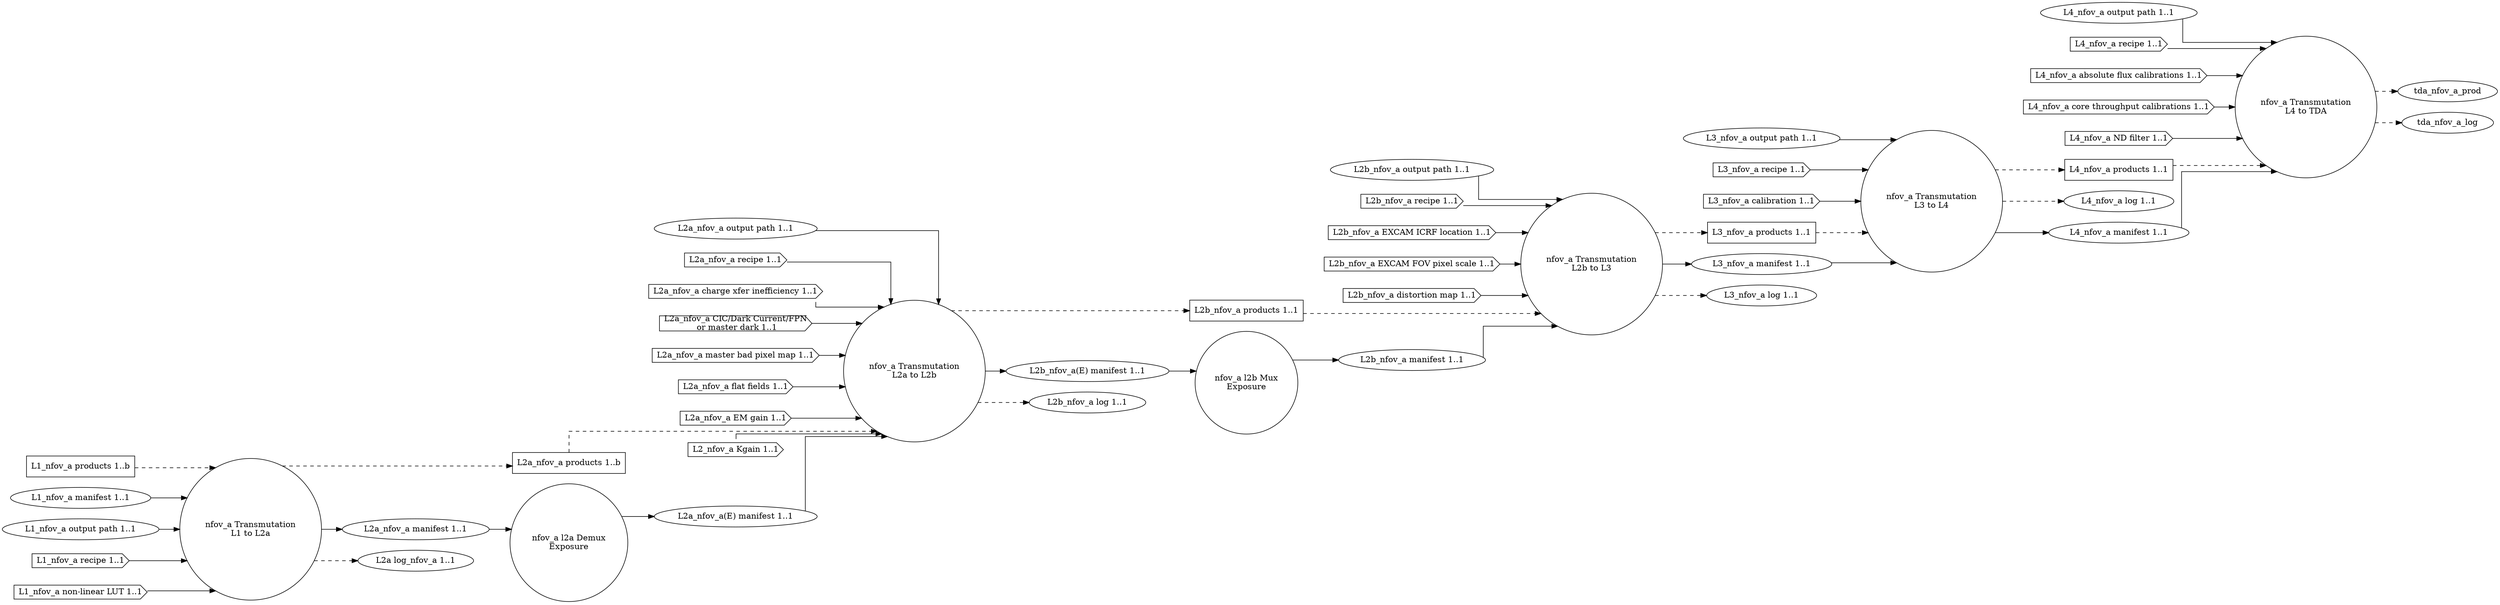
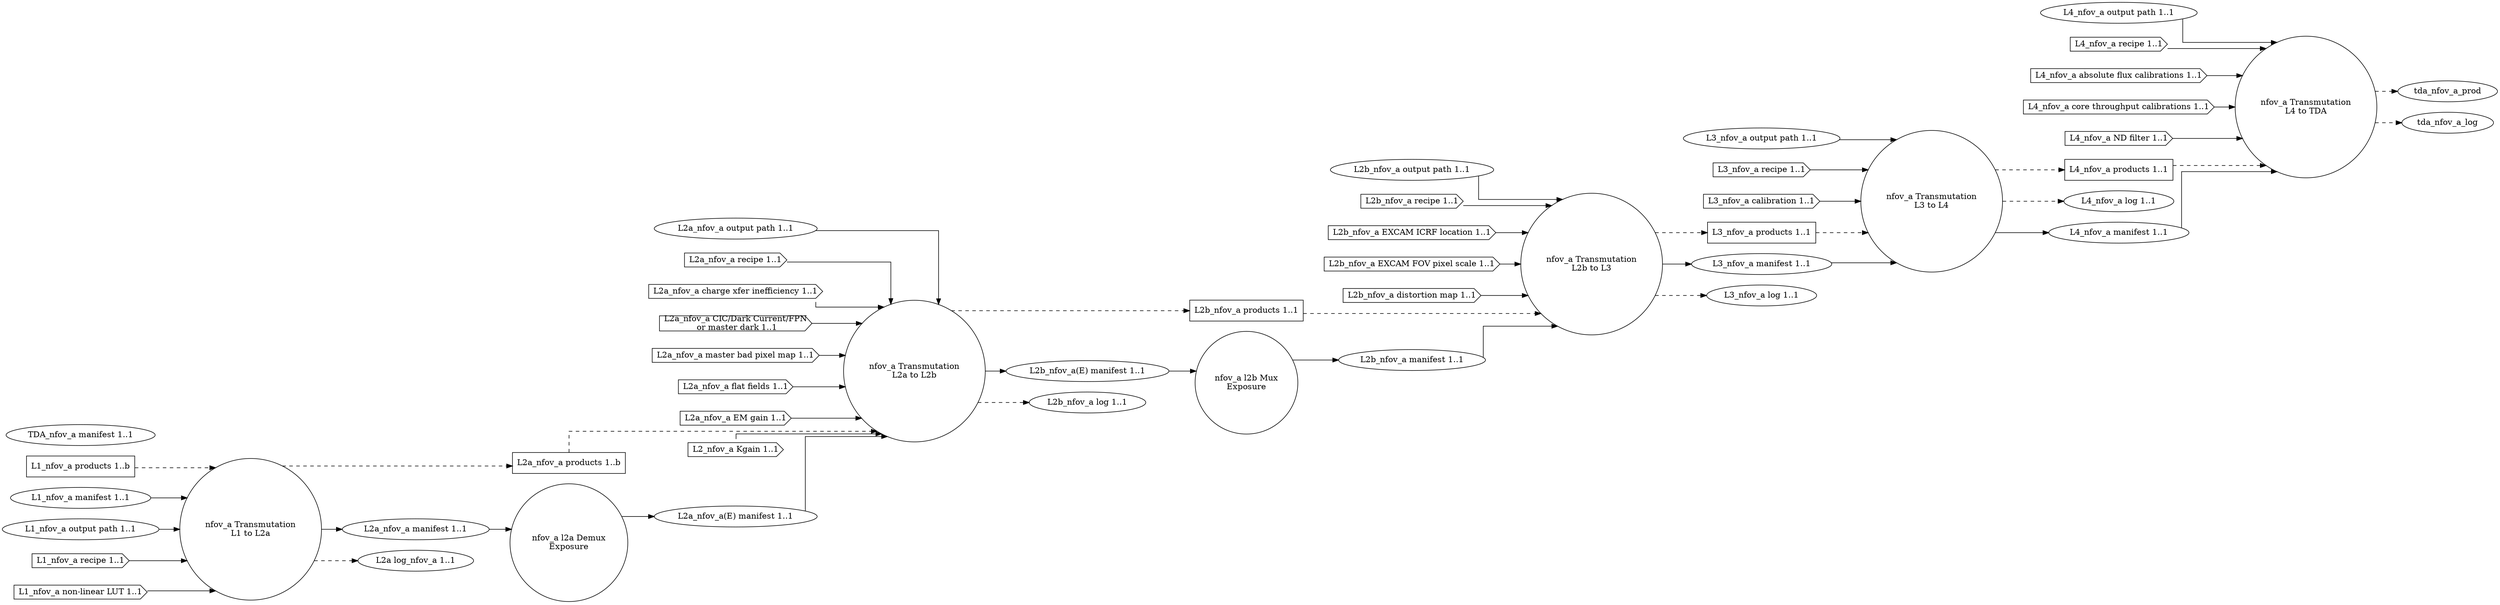
digraph NarrowFieldOfViewAnalog {
graph [splines="ortho", rankdir=LR];
trans_nfov_a_l1_l2a [label="nfov_a Transmutation\nL1 to L2a", shape="circle", runname="l1.transmutation_nfov_a", runtype="dawgie.Algorithm", fsmtype="dip.base.Runner"];
l2a_nfov_a_demux [label="nfov_a l2a Demux\nExposure", shape="circle", runname="l2a.demux_nfov_a", runtype="dawgie.Algorithm", fsmtype="dip.clerk.impls.demux.FSM"];
trans_nfov_a_l2a_l2b [label="nfov_a Transmutation\nL2a to L2b", shape="circle", runname="l2a.transmutation_nfov_a", runtype="dawgie.Algorithm", fsmtype="dip.base.Runner"];
l2b_nfov_a_mux [label="nfov_a l2b Mux\nExposure", shape="circle", runname="l2b.mux_nfov_a", runtype="dawgie.Analyzer", fsmtype="dip.clerk.impls.mux.FSM"];
trans_nfov_a_l2b_l3 [label="nfov_a Transmutation\nL2b to L3", shape="circle", runname="l2b.transmutation_nfov_a", runtype="dawgie.Algorithm", fsmtype="dip.base.Runner"];
trans_nfov_a_l3_l4 [label="nfov_a Transmutation\nL3 to L4", shape="circle", runname="l3.transmutation_nfov_a", runtype="dawgie.Algorithm", fsmtype="dip.base.Runner"];
trans_nfov_a_l4_tda [label="nfov_a Transmutation\nL4 to TDA", shape="circle", runname="l4.transmutation_nfov_a", runtype="dawgie.Algorithm", fsmtype="dip.base.Runner"];
l1_nfov_a_prod [label="L1_nfov_a products 1..b", shape="rectangle"];
l1_nfov_a_man [label="L1_nfov_a manifest 1..1", shape="ellipse"];
l1_nfov_a_odir [label="L1_nfov_a output path 1..1", shape="ellipse"];
l1_nfov_a_rec [label="L1_nfov_a recipe 1..1", shape="cds"];
l1_nfov_a_nllut [label="L1_nfov_a non-linear LUT 1..1", shape="cds"];
l2a_nfov_a_prod [label="L2a_nfov_a products 1..b", shape="rectangle"];
l2a_nfov_a_man [label="L2a_nfov_a manifest 1..1", shape="ellipse", valname="l1.transmutation_nfov_a.product.manifest", valtype="dip.base.Manifest"];
l2a_nfov_a_odir [label="L2a_nfov_a output path 1..1", shape="ellipse"];
l2a_nfov_a_rec [label="L2a_nfov_a recipe 1..1", shape="cds"];
l2a_nfov_a_cti [label="L2a_nfov_a charge xfer inefficiency 1..1", shape="cds"];
l2a_nfov_a_dnb [label="L2a_nfov_a CIC/Dark Current/FPN\n or master dark 1..1", shape="cds"];
l2a_nfov_a_mbpm [label="L2a_nfov_a master bad pixel map 1..1", shape="cds"];
l2a_nfov_a_ff [label="L2a_nfov_a flat fields 1..1", shape="cds"];
l2a_nfov_a_emg [label="L2a_nfov_a EM gain 1..1", shape="cds"];
l2a_nfov_a_kgain [label="L2_nfov_a Kgain 1..1", shape="cds"];
l2a_nfov_a_log [label="L2a log_nfov_a 1..1", shape="ellipse"];
l2a_nfov_a_man_demux [label="L2a_nfov_a(E) manifest 1..1", shape="ellipse", valname="l2a.demux_nfov_a.product.manifest", valtype="dip.base.Manifest"];
l2b_nfov_a_prod [label="L2b_nfov_a products 1..1", shape="rectangle"];
l2b_nfov_a_man [label="L2b_nfov_a manifest 1..1", shape="ellipse", valname="l2b.mux_nfov_a.product.manifest", valtype="dip.base.Manifest"];
l2b_nfov_a_odir [label="L2b_nfov_a output path 1..1", shape="ellipse"];
l2b_nfov_a_rec [label="L2b_nfov_a recipe 1..1", shape="cds"];
l2b_nfov_a_excicrf [label="L2b_nfov_a EXCAM ICRF location 1..1", shape="cds"];
l2b_nfov_a_excfovps [label="L2b_nfov_a EXCAM FOV pixel scale 1..1", shape="cds"];
l2b_nfov_a_distm [label="L2b_nfov_a distortion map 1..1", shape="cds"];
l2b_nfov_a_man_demux [label="L2b_nfov_a(E) manifest 1..1", shape="ellipse", valname="l2a.transmutation_nfov_a.product.manifest", valtype="dip.base.Manifest"];
l2b_nfov_a_log [label="L2b_nfov_a log 1..1", shape="ellipse"];
l3_nfov_a_prod [label="L3_nfov_a products 1..1", shape="rectangle"];
l3_nfov_a_odir [label="L3_nfov_a output path 1..1", shape="ellipse"];
l3_nfov_a_man [label="L3_nfov_a manifest 1..1", shape="ellipse", valname="l2b.transmutation_nfov_a.product.manifest", valtype="dip.base.Manifest"];
l3_nfov_a_rec [label="L3_nfov_a recipe 1..1", shape="cds"];
l3_nfov_a_cal [label="L3_nfov_a calibration 1..1", shape="cds"];
l3_nfov_a_log [label="L3_nfov_a log 1..1", shape="ellipse"];
l4_nfov_a_prod [label="L4_nfov_a products 1..1", shape="rectangle"];
l4_nfov_a_odir [label="L4_nfov_a output path 1..1", shape="ellipse"];
l4_nfov_a_log [label="L4_nfov_a log 1..1", shape="ellipse"];
l4_nfov_a_man [label="L4_nfov_a manifest 1..1", shape="ellipse", valname="l3.transmutation_nfov_a.product.manifest", valtype="dip.base.Manifest"];
l4_nfov_a_rec [label="L4_nfov_a recipe 1..1", shape="cds"];
l4_nfov_a_afcal [label="L4_nfov_a absolute flux calibrations 1..1", shape="cds"];
l4_nfov_a_ctcal [label="L4_nfov_a core throughput calibrations 1..1", shape="cds"];
l4_nfov_a_ndfilt [label="L4_nfov_a ND filter 1..1", shape="cds"];
+ tda_nfov_a_man [label="TDA_nfov_a manifest 1..1", shape="ellipse", valname="l4.transmutation_nfov_a.product.manifest", valtype="dip.base.Manifest"];
l1_nfov_a_prod -> trans_nfov_a_l1_l2a [style="dashed"];
l1_nfov_a_man -> trans_nfov_a_l1_l2a;
l1_nfov_a_odir -> trans_nfov_a_l1_l2a;
l1_nfov_a_rec -> trans_nfov_a_l1_l2a;
l1_nfov_a_nllut -> trans_nfov_a_l1_l2a;
trans_nfov_a_l1_l2a -> l2a_nfov_a_prod [style="dashed"];
trans_nfov_a_l1_l2a -> l2a_nfov_a_man;
trans_nfov_a_l1_l2a -> l2a_nfov_a_log [style="dashed"];
l2a_nfov_a_prod -> trans_nfov_a_l2a_l2b [style="dashed"];
l2a_nfov_a_kgain -> trans_nfov_a_l2a_l2b;
l2a_nfov_a_odir -> trans_nfov_a_l2a_l2b;
l2a_nfov_a_rec -> trans_nfov_a_l2a_l2b;
l2a_nfov_a_cti -> trans_nfov_a_l2a_l2b;
l2a_nfov_a_dnb -> trans_nfov_a_l2a_l2b;
l2a_nfov_a_mbpm -> trans_nfov_a_l2a_l2b;
l2a_nfov_a_ff -> trans_nfov_a_l2a_l2b;
l2a_nfov_a_emg -> trans_nfov_a_l2a_l2b;
trans_nfov_a_l2a_l2b -> l2b_nfov_a_prod [style="dashed"];
trans_nfov_a_l2a_l2b -> l2b_nfov_a_man_demux;
trans_nfov_a_l2a_l2b -> l2b_nfov_a_log [style="dashed"];
l2a_nfov_a_man -> l2a_nfov_a_demux;
l2a_nfov_a_demux -> l2a_nfov_a_man_demux;
l2a_nfov_a_man_demux -> trans_nfov_a_l2a_l2b;
l2b_nfov_a_man_demux -> l2b_nfov_a_mux;
l2b_nfov_a_mux -> l2b_nfov_a_man;
l2b_nfov_a_prod -> trans_nfov_a_l2b_l3 [style="dashed"];
l2b_nfov_a_man -> trans_nfov_a_l2b_l3;
l2b_nfov_a_odir -> trans_nfov_a_l2b_l3;
l2b_nfov_a_rec -> trans_nfov_a_l2b_l3;
l2b_nfov_a_excicrf -> trans_nfov_a_l2b_l3;
l2b_nfov_a_excfovps -> trans_nfov_a_l2b_l3;
l2b_nfov_a_distm -> trans_nfov_a_l2b_l3;
trans_nfov_a_l2b_l3 -> l3_nfov_a_prod [style="dashed"];
trans_nfov_a_l2b_l3 -> l3_nfov_a_man;
trans_nfov_a_l2b_l3 -> l3_nfov_a_log [style="dashed"];
l3_nfov_a_prod -> trans_nfov_a_l3_l4 [style="dashed"];
l3_nfov_a_man -> trans_nfov_a_l3_l4;
l3_nfov_a_odir -> trans_nfov_a_l3_l4;
l3_nfov_a_rec -> trans_nfov_a_l3_l4;
l3_nfov_a_cal -> trans_nfov_a_l3_l4;
trans_nfov_a_l3_l4 -> l4_nfov_a_prod [style="dashed"];
trans_nfov_a_l3_l4 -> l4_nfov_a_log [style="dashed"];
trans_nfov_a_l3_l4 -> l4_nfov_a_man;
l4_nfov_a_prod -> trans_nfov_a_l4_tda [style="dashed"];
l4_nfov_a_man -> trans_nfov_a_l4_tda;
l4_nfov_a_odir -> trans_nfov_a_l4_tda;
l4_nfov_a_rec -> trans_nfov_a_l4_tda;
l4_nfov_a_afcal -> trans_nfov_a_l4_tda;
l4_nfov_a_ctcal -> trans_nfov_a_l4_tda;
l4_nfov_a_ndfilt -> trans_nfov_a_l4_tda;
trans_nfov_a_l4_tda -> tda_nfov_a_prod [style="dashed"];
trans_nfov_a_l4_tda -> tda_nfov_a_log [style="dashed"];
}
